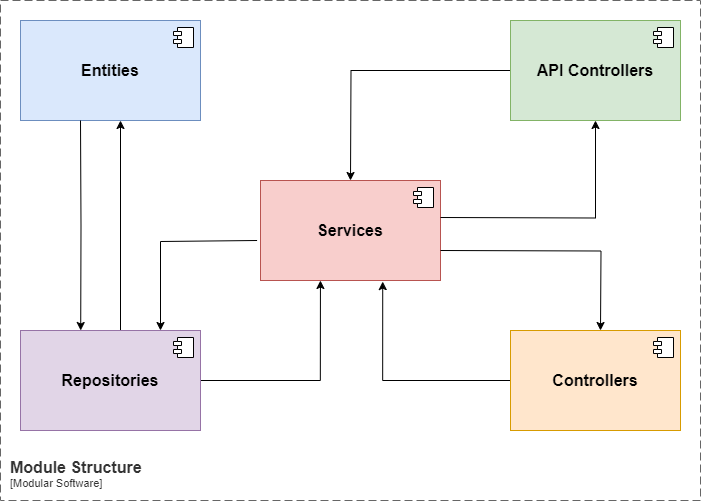
ortizdavid/golang-modular-software keeps this draw.io diagram as docs/_diagrams/Module Structure.png. Above is the earlier version. Source tidied: cells renumbered, new cells last; positions are measured from the earlier drawing's top-left corner, leaving out a move shared by most shapes.
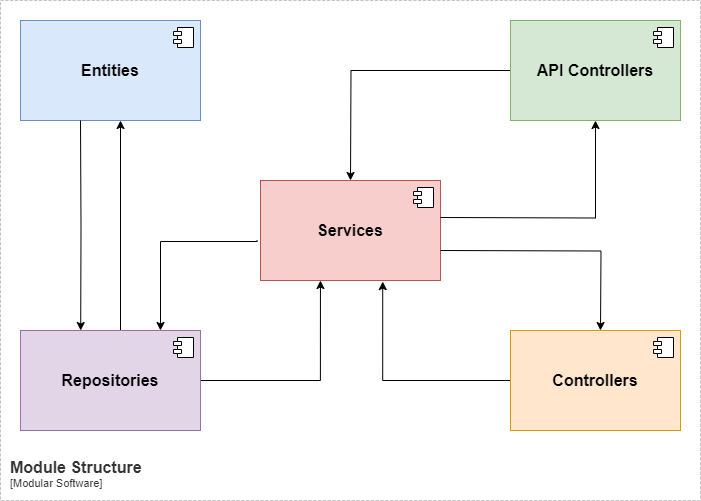
The same diagram one commit later.

Diff of the diagram source:
```diff
@@ -85,7 +85,7 @@
       </mxGeometry>
     </mxCell>
     <object id="20" label="&lt;font style=&quot;font-size: 16px&quot;&gt;&lt;b&gt;&lt;div style=&quot;text-align: left&quot;&gt;%c4Name%&lt;/div&gt;&lt;/b&gt;&lt;/font&gt;&lt;div style=&quot;text-align: left&quot;&gt;[%c4Application%]&lt;/div&gt;" c4Application="Modular Software" c4Name="Module Structure" c4Type="SystemScopeBoundary" placeholders="1">
-      <mxCell style="rounded=0;fontSize=11;whiteSpace=wrap;html=1;dashed=1;arcSize=20;fillColor=none;strokeColor=#666666;fontColor=#333333;labelBackgroundColor=none;align=left;verticalAlign=bottom;labelBorderColor=none;spacingTop=0;spacing=10;dashPattern=8 4;perimeter=rectanglePerimeter;noLabel=0;labelPadding=0;absoluteArcSize=1;" parent="1" vertex="1">
+      <mxCell style="rounded=0;fontSize=11;whiteSpace=wrap;html=1;dashed=1;arcSize=20;fillColor=none;strokeColor=#666666;fontColor=#333333;labelBackgroundColor=none;align=left;verticalAlign=bottom;labelBorderColor=none;spacingTop=0;spacing=10;dashPattern=8 4;perimeter=rectanglePerimeter;noLabel=0;labelPadding=0;absoluteArcSize=1;strokeWidth=0.4;" parent="1" vertex="1">
         <mxGeometry width="700" height="500" as="geometry" />
       </mxCell>
     </object>
```
